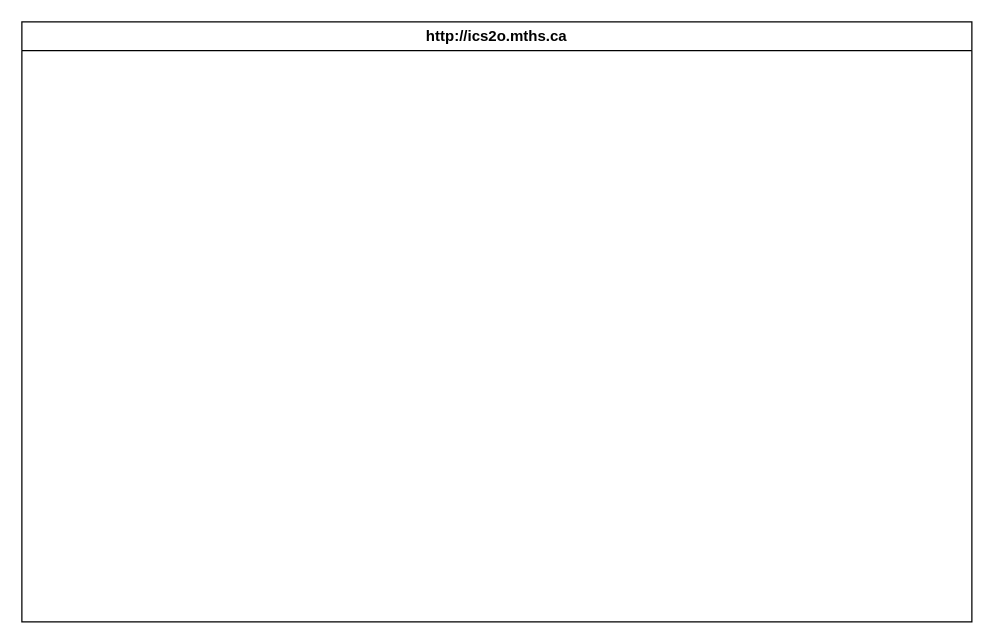
Earlier version of the draw.io diagram design/storyboard.drawio (MTHS-ICS2O-2-2022/ICS2O-Unit-5-02-Yuri-Gabutero24). Source tidied: cells renumbered, new cells numbered last; positions are measured from the earlier drawing's top-left corner, leaving out a move shared by most shapes. Both pictures are drawn from the tidied source at 125%, with x=0, y=0 at pixel (21, 21).
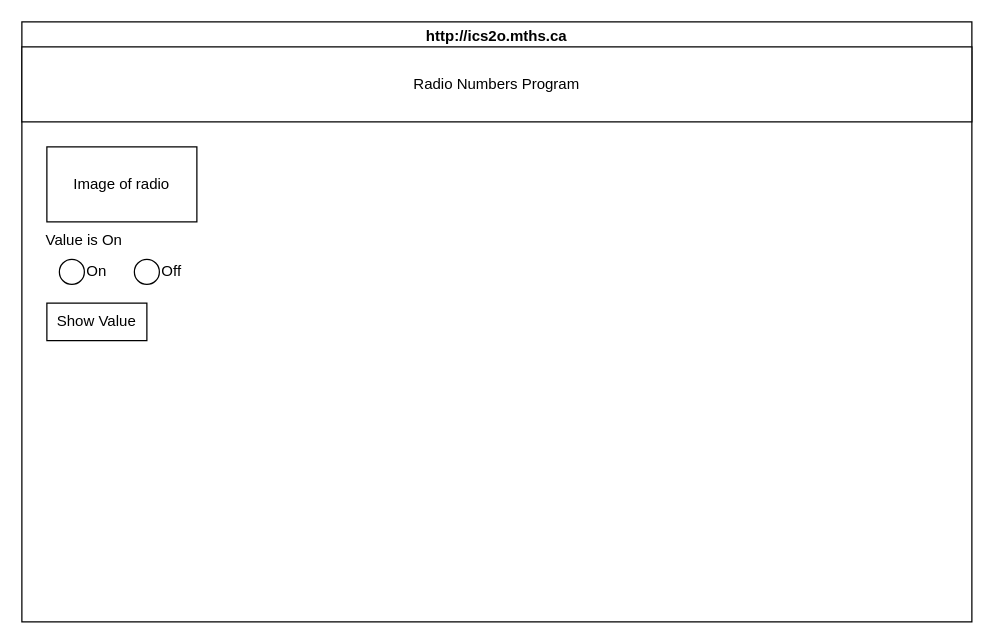
After the change.

What changed in the source:
```diff
@@
 <mxGraphModel>
   <root>
     <mxCell id="0" />
     <mxCell id="1" parent="0" />
     <mxCell id="2" value="http://ics2o.mths.ca" style="swimlane;whiteSpace=wrap;html=1;" parent="1" vertex="1">
       <mxGeometry width="760" height="480" as="geometry" />
     </mxCell>
+    <mxCell id="3" value="Radio Numbers Program" style="rounded=0;whiteSpace=wrap;html=1;" parent="2" vertex="1">
+      <mxGeometry y="20" width="760" height="60" as="geometry" />
+    </mxCell>
+    <mxCell id="4" value="Image of radio" style="rounded=0;whiteSpace=wrap;html=1;" parent="2" vertex="1">
+      <mxGeometry x="20" y="100" width="120" height="60" as="geometry" />
+    </mxCell>
+    <mxCell id="5" value="Value is On" style="text;html=1;strokeColor=none;fillColor=none;align=center;verticalAlign=middle;whiteSpace=wrap;rounded=0;" parent="2" vertex="1">
+      <mxGeometry y="150" width="100" height="50" as="geometry" />
+    </mxCell>
+    <mxCell id="6" style="ellipse;whiteSpace=wrap;html=1;" parent="2" vertex="1">
+      <mxGeometry x="30" y="190" width="20" height="20" as="geometry" />
+    </mxCell>
+    <mxCell id="7" value="On" style="text;html=1;strokeColor=none;fillColor=none;align=center;verticalAlign=middle;whiteSpace=wrap;rounded=0;" parent="2" vertex="1">
+      <mxGeometry x="50" y="190" width="20" height="20" as="geometry" />
+    </mxCell>
+    <mxCell id="8" value="Off" style="text;html=1;strokeColor=none;fillColor=none;align=center;verticalAlign=middle;whiteSpace=wrap;rounded=0;" parent="2" vertex="1">
+      <mxGeometry x="110" y="190" width="20" height="20" as="geometry" />
+    </mxCell>
+    <mxCell id="9" style="ellipse;whiteSpace=wrap;html=1;" parent="2" vertex="1">
+      <mxGeometry x="90" y="190" width="20" height="20" as="geometry" />
+    </mxCell>
+    <mxCell id="10" value="Show Value" style="rounded=0;whiteSpace=wrap;html=1;" parent="2" vertex="1">
+      <mxGeometry x="20" y="225" width="80" height="30" as="geometry" />
+    </mxCell>
   </root>
 </mxGraphModel>
```
